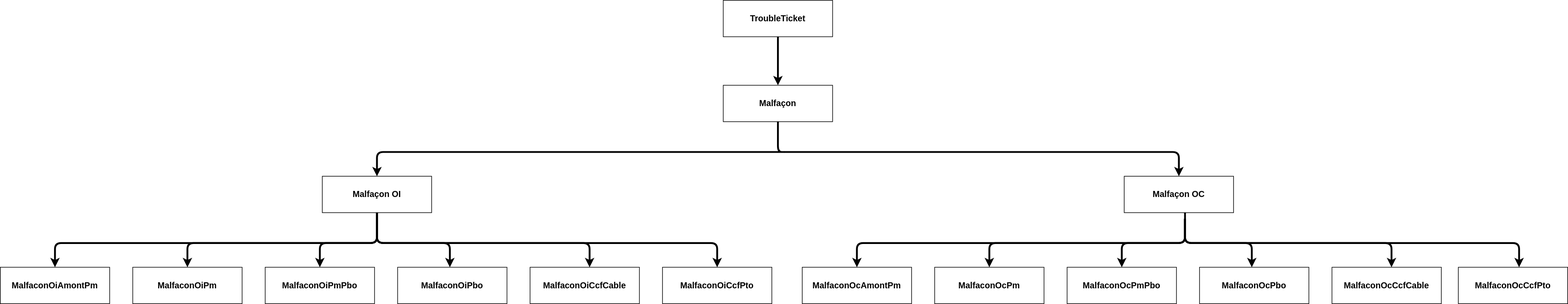
Above: type.drawio.svg in before-interop/malfacon (draw.io), before the change. Source tidied: cells renumbered, new cells last; positions are measured from the earlier drawing's top-left corner, leaving out a move shared by most shapes.
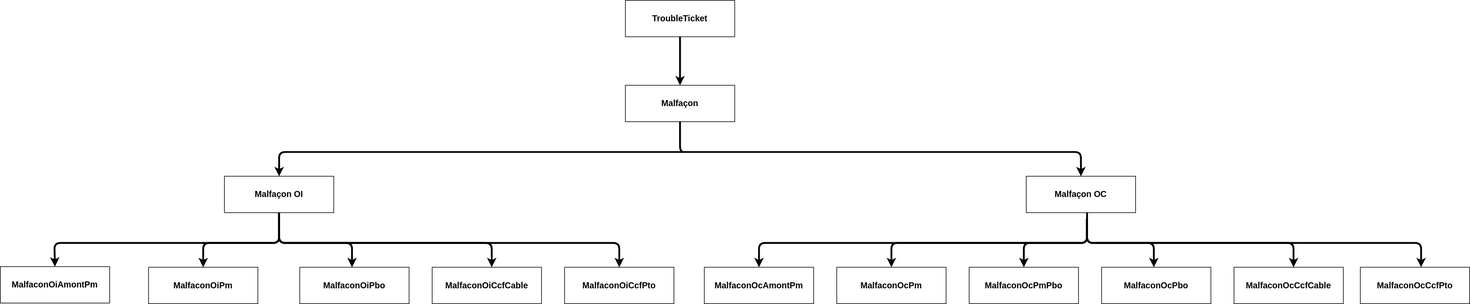
Above is the later version.

The edit, as a diff of the source:
```diff
@@ -20,14 +20,11 @@
     <mxCell id="5" value="Malfaçon OI" style="rounded=0;whiteSpace=wrap;html=1;fontStyle=1;fontSize=14;" parent="1" vertex="1">
       <mxGeometry x="530" y="290" width="180" height="60" as="geometry" />
     </mxCell>
-    <mxCell id="6" value="MalfaconOiPmPbo" style="rounded=0;whiteSpace=wrap;html=1;fontStyle=1;fontSize=14;" parent="1" vertex="1">
-      <mxGeometry x="436" y="440" width="180" height="60" as="geometry" />
-    </mxCell>
     <mxCell id="7" value="MalfaconOiAmontPm" style="rounded=0;whiteSpace=wrap;html=1;fontStyle=1;fontSize=14;" parent="1" vertex="1">
-      <mxGeometry y="440" width="180" height="60" as="geometry" />
+      <mxGeometry x="161" y="439" width="180" height="60" as="geometry" />
     </mxCell>
     <mxCell id="8" value="MalfaconOiPm" style="rounded=0;whiteSpace=wrap;html=1;fontStyle=1;fontSize=14;" parent="1" vertex="1">
-      <mxGeometry x="218" y="440" width="180" height="60" as="geometry" />
+      <mxGeometry x="405" y="440" width="180" height="60" as="geometry" />
     </mxCell>
     <mxCell id="9" value="MalfaconOiPbo" style="rounded=0;whiteSpace=wrap;html=1;fontStyle=1;fontSize=14;" parent="1" vertex="1">
       <mxGeometry x="654" y="440" width="180" height="60" as="geometry" />
@@ -42,7 +39,7 @@
       <mxGeometry relative="1" as="geometry">
         <Array as="points">
           <mxPoint x="620" y="400" />
-          <mxPoint x="90" y="400" />
+          <mxPoint x="250" y="400" />
         </Array>
       </mxGeometry>
     </mxCell>
@@ -56,14 +53,6 @@
         </Array>
       </mxGeometry>
     </mxCell>
-    <mxCell id="14" style="edgeStyle=orthogonalEdgeStyle;html=1;strokeWidth=3;entryX=0.5;entryY=0;entryDx=0;entryDy=0;exitX=0.5;exitY=1;exitDx=0;exitDy=0;" parent="1" edge="1" source="5" target="6">
-      <mxGeometry relative="1" as="geometry">
-        <Array as="points">
-          <mxPoint x="620" y="400" />
-          <mxPoint x="526" y="400" />
-        </Array>
-      </mxGeometry>
-    </mxCell>
     <mxCell id="15" style="edgeStyle=orthogonalEdgeStyle;html=1;strokeWidth=3;exitX=0.5;exitY=1;exitDx=0;exitDy=0;" parent="1" edge="1" source="5" target="9">
       <mxGeometry relative="1" as="geometry">
         <Array as="points">
```
